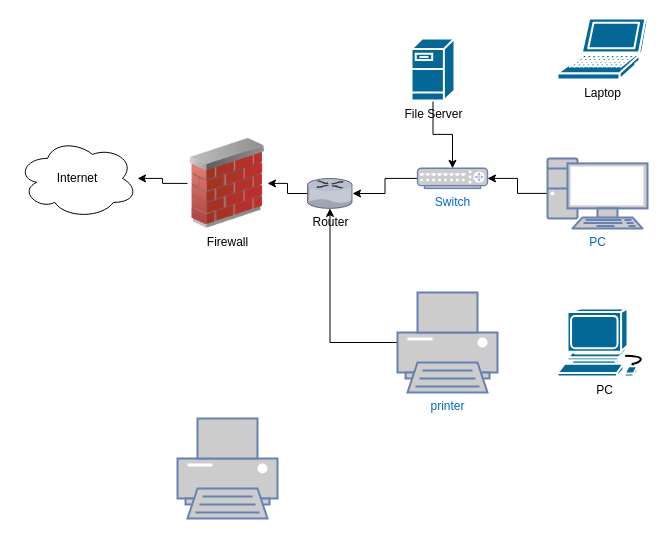
The draw.io diagram Untitled Diagram.drawio in LilAliTech/Flow-chart, before the edit. Source tidied: cells renumbered, new cells numbered last; positions are measured from the earlier drawing's top-left corner, leaving out a move shared by most shapes. Both pictures are drawn from the tidied source at 100%, with x=0, y=0 at pixel (17, 18).
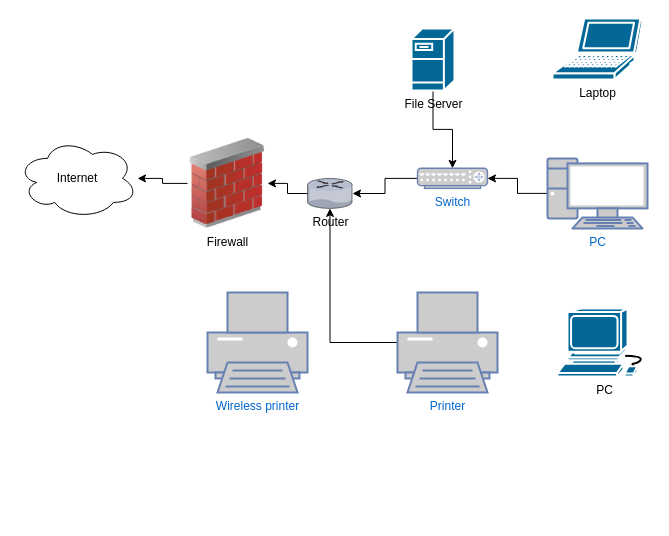
After the change.

The edit, as a diff of the source:
```diff
@@
 <mxGraphModel>
   <root>
     <mxCell id="0" />
     <mxCell id="1" parent="0" />
     <mxCell id="2" value="Internet" style="ellipse;shape=cloud;whiteSpace=wrap;html=1;fillColor=default;strokeColor=default;fontColor=default;" parent="1" vertex="1">
       <mxGeometry y="119.9" width="120" height="80" as="geometry" />
     </mxCell>
     <mxCell id="3" style="edgeStyle=orthogonalEdgeStyle;rounded=0;jettySize=auto;html=1;fontColor=default;" parent="1" edge="1" source="4" target="2">
       <mxGeometry relative="1" as="geometry" />
     </mxCell>
     <mxCell id="4" value="Firewall" style="image;html=1;image=img/lib/clip_art/networking/Firewall_02_128x128.png;fontColor=default;" parent="1" vertex="1">
       <mxGeometry x="170" y="119.9" width="80" height="90" as="geometry" />
     </mxCell>
     <mxCell id="5" style="edgeStyle=orthogonalEdgeStyle;rounded=0;jettySize=auto;html=1;fontColor=default;" parent="1" edge="1" source="6" target="4">
       <mxGeometry relative="1" as="geometry" />
     </mxCell>
     <mxCell id="6" value="Router" style="verticalLabelPosition=bottom;sketch=0;html=1;verticalAlign=top;strokeColor=none;align=center;outlineConnect=0;shape=mxgraph.citrix.router;fontColor=default;fillColor=default;" parent="1" vertex="1">
       <mxGeometry x="290" y="160" width="45" height="29.9" as="geometry" />
     </mxCell>
-    <mxCell id="7" style="edgeStyle=orthogonalEdgeStyle;rounded=0;jettySize=auto;html=1;fontColor=default;" parent="1" edge="1" source="8" target="6">
+    <mxCell id="7" style="edgeStyle=orthogonalEdgeStyle;rounded=0;jettySize=auto;html=1;fontColor=default;strokeColor=default;labelBackgroundColor=default;" parent="1" edge="1" source="8" target="6">
       <mxGeometry relative="1" as="geometry" />
     </mxCell>
     <mxCell id="8" value="Switch" style="fontColor=#0066CC;verticalAlign=top;verticalLabelPosition=bottom;labelPosition=center;align=center;html=1;outlineConnect=0;fillColor=#CCCCCC;strokeColor=#6881B3;gradientColor=none;gradientDirection=north;strokeWidth=2;shape=mxgraph.networks.router;" parent="1" vertex="1">
       <mxGeometry x="400" y="149.8" width="70" height="20.1" as="geometry" />
     </mxCell>
     <mxCell id="9" style="edgeStyle=orthogonalEdgeStyle;rounded=0;jettySize=auto;html=1;fontColor=default;" parent="1" edge="1" source="10" target="8">
       <mxGeometry relative="1" as="geometry" />
     </mxCell>
     <mxCell id="10" value="File Server" style="shape=mxgraph.cisco.servers.fileserver;html=1;dashed=0;fillColor=#036897;strokeColor=#ffffff;strokeWidth=2;verticalLabelPosition=bottom;verticalAlign=top;align=center;outlineConnect=0;fontColor=default;" parent="1" vertex="1">
-      <mxGeometry x="394" y="20" width="43" height="62" as="geometry" />
+      <mxGeometry x="394" y="10" width="43" height="62" as="geometry" />
     </mxCell>
     <mxCell id="11" style="edgeStyle=orthogonalEdgeStyle;rounded=0;jettySize=auto;html=1;fontColor=default;" parent="1" edge="1" source="12" target="8">
       <mxGeometry relative="1" as="geometry" />
     </mxCell>
     <mxCell id="12" value="PC" style="fontColor=#0066CC;verticalAlign=top;verticalLabelPosition=bottom;labelPosition=center;align=center;html=1;outlineConnect=0;fillColor=#CCCCCC;strokeColor=#6881B3;gradientColor=none;gradientDirection=north;strokeWidth=2;shape=mxgraph.networks.pc;" parent="1" vertex="1">
       <mxGeometry x="530" y="139.9" width="100" height="70" as="geometry" />
     </mxCell>
     <mxCell id="13" value="Laptop" style="shape=mxgraph.cisco.computers_and_peripherals.laptop;html=1;dashed=0;fillColor=#036897;strokeColor=#ffffff;strokeWidth=2;verticalLabelPosition=bottom;verticalAlign=top;align=center;fontColor=default;" parent="1" vertex="1">
-      <mxGeometry x="540" width="90" height="61" as="geometry" />
+      <mxGeometry x="535" width="90" height="61" as="geometry" />
     </mxCell>
     <mxCell id="14" value="PC" style="shape=mxgraph.cisco.computers_and_peripherals.workstation;html=1;dashed=0;fillColor=#036897;strokeColor=#ffffff;strokeWidth=2;verticalLabelPosition=bottom;verticalAlign=top;align=center;fontColor=default;" parent="1" vertex="1">
       <mxGeometry x="540" y="290" width="93" height="68" as="geometry" />
     </mxCell>
     <mxCell id="15" style="edgeStyle=orthogonalEdgeStyle;rounded=0;jettySize=auto;html=1;fontColor=default;" parent="1" edge="1" source="16" target="6">
       <mxGeometry relative="1" as="geometry" />
     </mxCell>
-    <mxCell id="16" value="printer" style="fontColor=#0066CC;verticalAlign=top;verticalLabelPosition=bottom;labelPosition=center;align=center;html=1;outlineConnect=0;fillColor=#CCCCCC;strokeColor=#6881B3;gradientColor=none;gradientDirection=north;strokeWidth=2;shape=mxgraph.networks.printer;" parent="1" vertex="1">
+    <mxCell id="16" value="Printer&lt;br&gt;" style="fontColor=#0066CC;verticalAlign=top;verticalLabelPosition=bottom;labelPosition=center;align=center;html=1;outlineConnect=0;fillColor=#CCCCCC;strokeColor=#6881B3;gradientColor=none;gradientDirection=north;strokeWidth=2;shape=mxgraph.networks.printer;" parent="1" vertex="1">
       <mxGeometry x="380" y="274" width="100" height="100" as="geometry" />
     </mxCell>
-    <mxCell id="17" style="fontColor=#0066CC;verticalAlign=top;verticalLabelPosition=bottom;labelPosition=center;align=center;html=1;fillColor=#CCCCCC;strokeColor=#6881B3;gradientColor=none;gradientDirection=north;strokeWidth=2;shape=mxgraph.networks.printer;" parent="1" vertex="1">
-      <mxGeometry x="160" y="400" width="100" height="100" as="geometry" />
+    <mxCell id="17" value="Wireless printer" style="fontColor=#0066CC;verticalAlign=top;verticalLabelPosition=bottom;labelPosition=center;align=center;html=1;fillColor=#CCCCCC;strokeColor=#6881B3;gradientColor=none;gradientDirection=north;strokeWidth=2;shape=mxgraph.networks.printer;" parent="1" vertex="1">
+      <mxGeometry x="190" y="274" width="100" height="100" as="geometry" />
     </mxCell>
   </root>
 </mxGraphModel>
```
